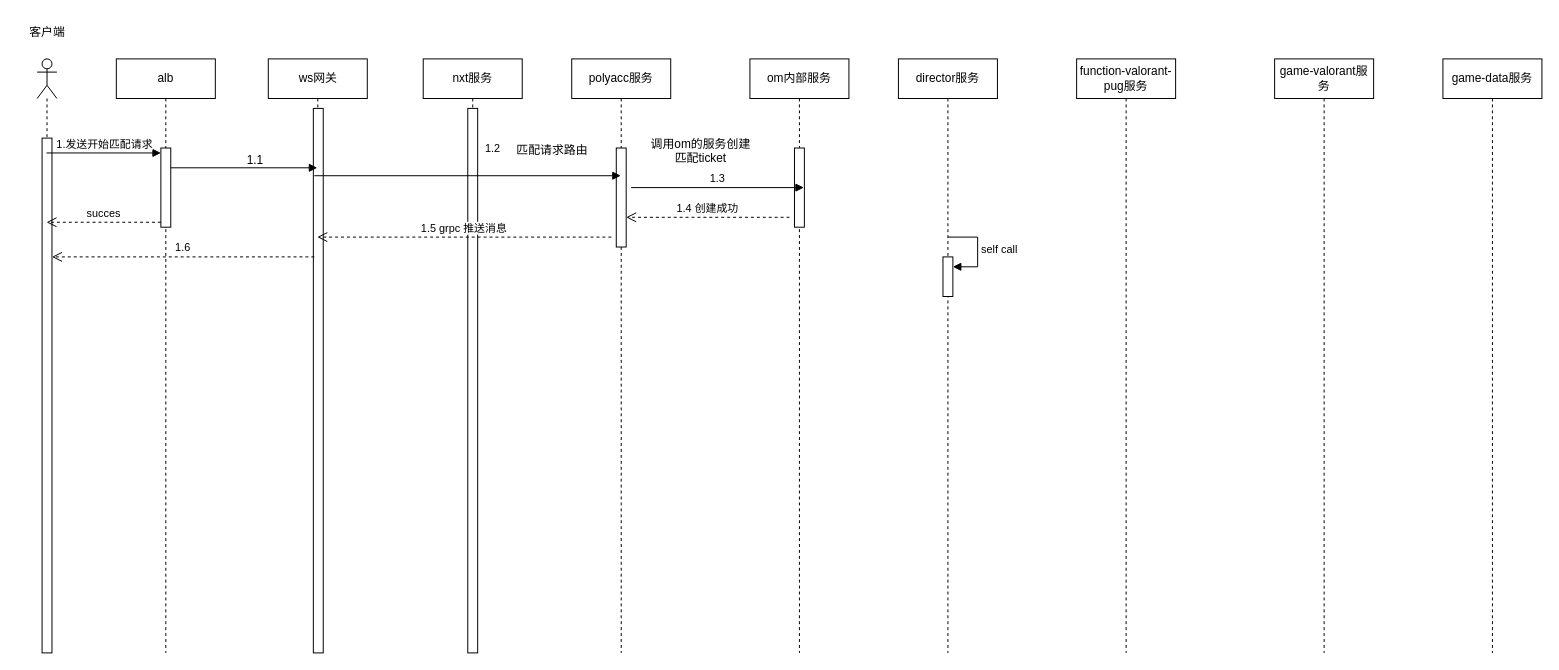
This is 未命名绘图.drawio from haozhi-ly/test, a draw.io file, before an edit. Source tidied: cells renumbered, new cells numbered last; positions are measured from the earlier drawing's top-left corner, leaving out a move shared by most shapes. Both pictures are drawn from the tidied source at 99%, with x=0, y=0 at pixel (17, 17).
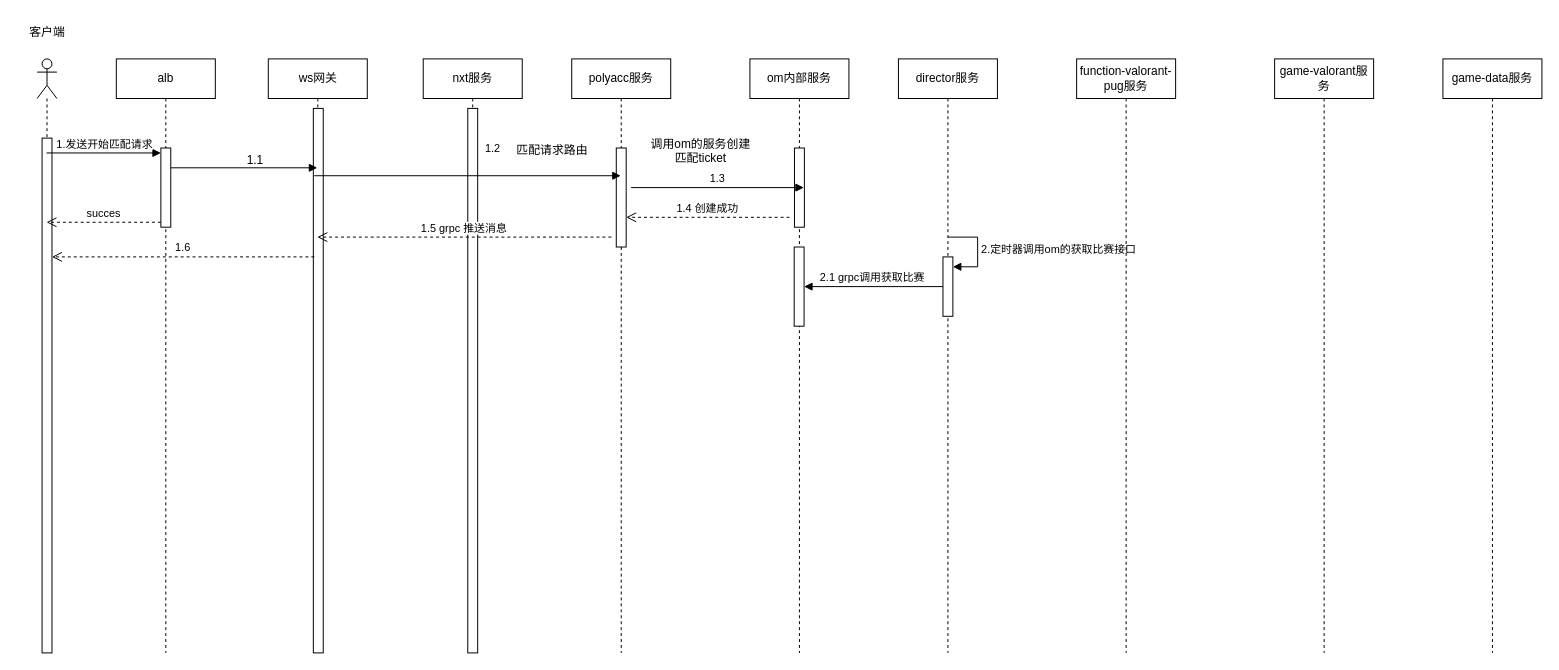
Above is the later version.

The change refers to these unchanged cells:
```xml
<mxCell id="11" value="&lt;span style=&quot;white-space-collapse: preserve;&quot;&gt;director服务&lt;/span&gt;" style="shape=umlLifeline;perimeter=lifelinePerimeter;whiteSpace=wrap;html=1;newEdgeStyle={&quot;curved&quot;:0,&quot;rounded&quot;:0};" parent="1" vertex="1">
  <mxGeometry x="890" y="42" width="100" height="600" as="geometry" />
</mxCell>
<mxCell id="21" value="&lt;span style=&quot;white-space-collapse: preserve;&quot;&gt;om内部服务&lt;/span&gt;" style="shape=umlLifeline;perimeter=lifelinePerimeter;whiteSpace=wrap;html=1;newEdgeStyle={&quot;curved&quot;:0,&quot;rounded&quot;:0};" parent="1" vertex="1">
  <mxGeometry x="740" y="42" width="100" height="600" as="geometry" />
</mxCell>
```

Diff of the diagram source:
```diff
@@
     <mxCell id="12" style="html=1;points=[[0,0,0,0,5],[0,1,0,0,-5],[1,0,0,0,5],[1,1,0,0,-5]];perimeter=orthogonalPerimeter;outlineConnect=0;targetShapes=umlLifeline;portConstraint=eastwest;newEdgeStyle={&quot;curved&quot;:0,&quot;rounded&quot;:0};" parent="11" vertex="1">
-      <mxGeometry x="45" y="200" width="10" height="40" as="geometry" />
+      <mxGeometry x="45" y="200" width="10" height="60" as="geometry" />
     </mxCell>
-    <mxCell id="13" value="self call" style="html=1;align=left;spacingLeft=2;endArrow=block;rounded=0;edgeStyle=orthogonalEdgeStyle;curved=0;rounded=0;" parent="11" edge="1" target="12">
+    <mxCell id="13" value="2.定时器调用om的获取比赛接口" style="html=1;align=left;spacingLeft=2;endArrow=block;rounded=0;edgeStyle=orthogonalEdgeStyle;curved=0;rounded=0;" parent="11" edge="1" target="12">
       <mxGeometry relative="1" as="geometry">
         <mxPoint x="50" y="180" as="sourcePoint" />
         <Array as="points">
           <mxPoint x="80" y="210" />
         </Array>
       </mxGeometry>
     </mxCell>
@@
+    <mxCell id="32" style="html=1;points=[[0,0,0,0,5],[0,1,0,0,-5],[1,0,0,0,5],[1,1,0,0,-5]];perimeter=orthogonalPerimeter;outlineConnect=0;targetShapes=umlLifeline;portConstraint=eastwest;newEdgeStyle={&quot;curved&quot;:0,&quot;rounded&quot;:0};" parent="21" vertex="1">
+      <mxGeometry x="44.7" y="190" width="10" height="80" as="geometry" />
+    </mxCell>
@@
+    <mxCell id="33" value="2.1 grpc调用获取比赛&amp;nbsp;" style="html=1;verticalAlign=bottom;endArrow=block;curved=0;rounded=0;" parent="1" edge="1" source="12" target="32">
+      <mxGeometry relative="1" as="geometry" />
+    </mxCell>
```
